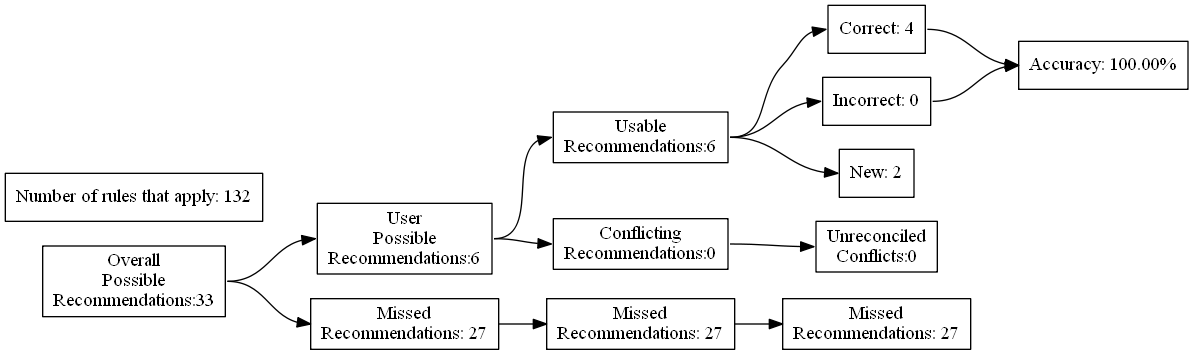
Before: test_renders/54.gv.png, a diagram exported from Graphviz (ZaxR/ibd_diet_analysis). Its source is kept beside it as test_renders/54.gv.
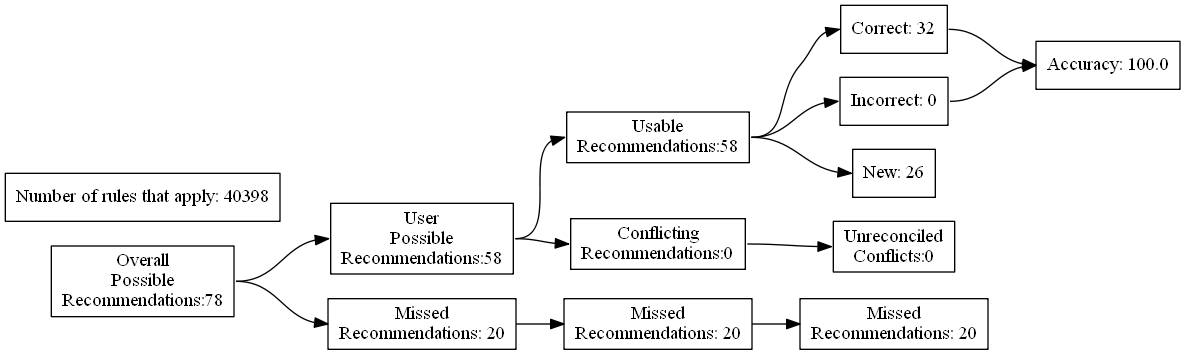
The same file after the commit.

The edit, as a diff of the source:
```diff
@@ -4,27 +4,27 @@
 	edge [headport=w tailport=e]
 		A [label="Overall
 Possible
-Recommendations:33"]
+Recommendations:78"]
 		B [label="User
 Possible
-Recommendations:6"]
+Recommendations:58"]
 		C [label="Missed
-Recommendations: 27"]
+Recommendations: 20"]
 		D [label="Usable
-Recommendations:6"]
+Recommendations:58"]
 		E [label="Conflicting
 Recommendations:0"]
 		J [label="Missed
-Recommendations: 27"]
+Recommendations: 20"]
 		M [label="Unreconciled
 Conflicts:0"]
-		F [label="Correct: 4"]
+		F [label="Correct: 32"]
 		G [label="Incorrect: 0"]
-		H [label="New: 2"]
+		H [label="New: 26"]
 		K [label="Missed
-Recommendations: 27"]
-		I [label="Accuracy: 100.00%"]
-		l [label="Number of rules that apply: 132"]
+Recommendations: 20"]
+		I [label="Accuracy: 100.0"]
+		l [label="Number of rules that apply: 40398"]
 			A -> B
 			A -> C
 			B -> D
```
